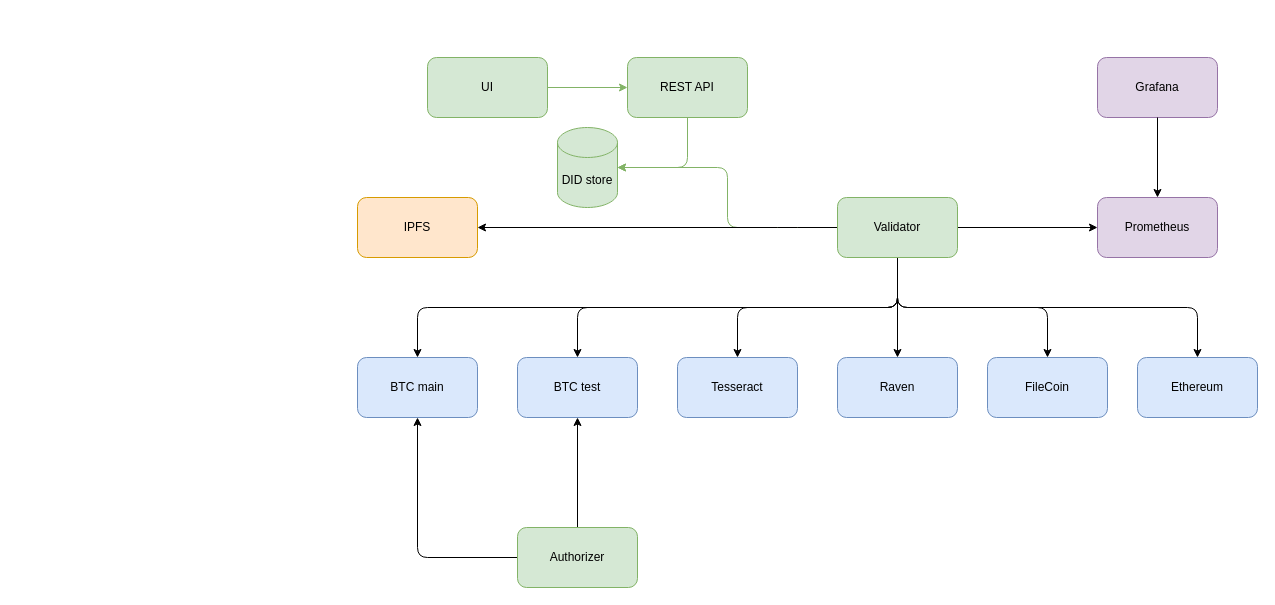
This is docs/diagrams/metatron.drawio from macterra/metatron, a draw.io file, before an edit. Source tidied: cells renumbered, new cells numbered last; positions are measured from the earlier drawing's top-left corner, leaving out a move shared by most shapes. Both pictures are drawn from the tidied source at 100%, with x=0, y=0 at pixel (357, 57).
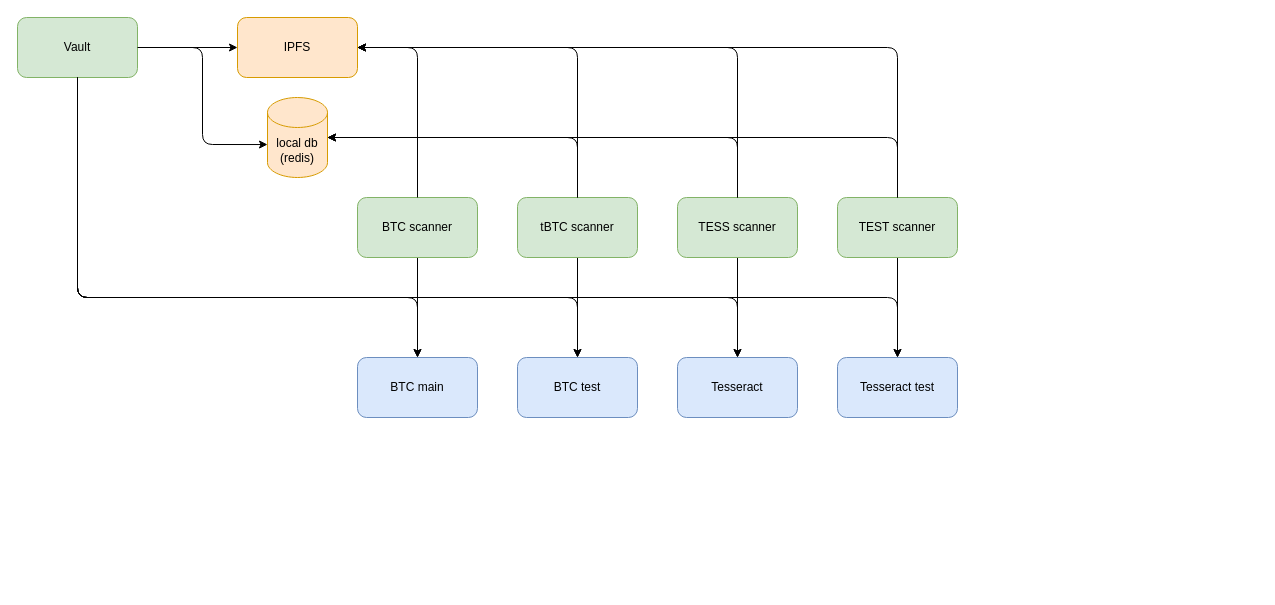
Above is the later version.

The change refers to these unchanged cells:
```xml
<mxCell id="17" value="BTC main" style="rounded=1;whiteSpace=wrap;html=1;fillColor=#dae8fc;strokeColor=#6c8ebf;" parent="1" vertex="1">
  <mxGeometry y="300" width="120" height="60" as="geometry" />
</mxCell>
<mxCell id="18" value="BTC test" style="rounded=1;whiteSpace=wrap;html=1;fillColor=#dae8fc;strokeColor=#6c8ebf;" parent="1" vertex="1">
  <mxGeometry x="160" y="300" width="120" height="60" as="geometry" />
</mxCell>
<mxCell id="19" value="Tesseract" style="rounded=1;whiteSpace=wrap;html=1;fillColor=#dae8fc;strokeColor=#6c8ebf;" parent="1" vertex="1">
  <mxGeometry x="320" y="300" width="120" height="60" as="geometry" />
</mxCell>
```

What changed in the source:
```diff
@@
-    <mxCell id="2" style="edgeStyle=orthogonalEdgeStyle;rounded=0;jettySize=auto;html=1;fillColor=#d5e8d4;strokeColor=#82b366;" parent="1" edge="1" source="3" target="5">
-      <mxGeometry relative="1" as="geometry" />
-    </mxCell>
+    <mxCell id="30" style="edgeStyle=orthogonalEdgeStyle;rounded=0;jettySize=auto;html=1;" parent="1" edge="1" source="3" target="26">
+      <mxGeometry relative="1" as="geometry" />
+    </mxCell>
-    <mxCell id="3" value="UI" style="rounded=1;whiteSpace=wrap;html=1;fillColor=#d5e8d4;strokeColor=#82b366;" parent="1" vertex="1">
-      <mxGeometry x="70" width="120" height="60" as="geometry" />
+    <mxCell id="3" value="Vault" style="rounded=1;whiteSpace=wrap;html=1;fillColor=#d5e8d4;strokeColor=#82b366;" parent="1" vertex="1">
+      <mxGeometry x="-340" y="-40" width="120" height="60" as="geometry" />
     </mxCell>
-    <mxCell id="4" style="edgeStyle=orthogonalEdgeStyle;jettySize=auto;html=1;exitX=0.5;exitY=1;exitDx=0;exitDy=0;entryX=1;entryY=0.5;entryDx=0;entryDy=0;entryPerimeter=0;fillColor=#d5e8d4;strokeColor=#82b366;rounded=1;" parent="1" edge="1" source="5" target="6">
-      <mxGeometry relative="1" as="geometry" />
-    </mxCell>
-    <mxCell id="5" value="REST API" style="rounded=1;whiteSpace=wrap;html=1;fillColor=#d5e8d4;strokeColor=#82b366;" parent="1" vertex="1">
-      <mxGeometry x="270" width="120" height="60" as="geometry" />
-    </mxCell>
-    <mxCell id="6" value="DID store" style="shape=cylinder3;whiteSpace=wrap;html=1;boundedLbl=1;backgroundOutline=1;size=15;fillColor=#d5e8d4;strokeColor=#82b366;" parent="1" vertex="1">
-      <mxGeometry x="200" y="70" width="60" height="80" as="geometry" />
+    <mxCell id="6" value="local db (redis)" style="shape=cylinder3;whiteSpace=wrap;html=1;boundedLbl=1;backgroundOutline=1;size=15;fillColor=#ffe6cc;strokeColor=#d79b00;" parent="1" vertex="1">
+      <mxGeometry x="-90" y="40" width="60" height="80" as="geometry" />
     </mxCell>
-    <mxCell id="7" style="rounded=1;jettySize=auto;html=1;exitX=0.5;exitY=1;exitDx=0;exitDy=0;entryX=0.5;entryY=0;entryDx=0;entryDy=0;edgeStyle=orthogonalEdgeStyle;" parent="1" edge="1" source="16" target="17">
+    <mxCell id="7" style="rounded=1;jettySize=auto;html=1;entryX=0.5;entryY=0;entryDx=0;entryDy=0;edgeStyle=orthogonalEdgeStyle;exitX=0.5;exitY=1;exitDx=0;exitDy=0;" parent="1" edge="1" source="31" target="17">
       <mxGeometry relative="1" as="geometry" />
     </mxCell>
-    <mxCell id="8" style="edgeStyle=orthogonalEdgeStyle;rounded=1;jettySize=auto;html=1;exitX=0.5;exitY=1;exitDx=0;exitDy=0;entryX=0.5;entryY=0;entryDx=0;entryDy=0;" parent="1" edge="1" source="16" target="18">
+    <mxCell id="8" style="edgeStyle=orthogonalEdgeStyle;rounded=1;jettySize=auto;html=1;exitX=0.5;exitY=1;exitDx=0;exitDy=0;entryX=0.5;entryY=0;entryDx=0;entryDy=0;" parent="1" edge="1" source="32" target="18">
       <mxGeometry relative="1" as="geometry" />
     </mxCell>
-    <mxCell id="9" style="edgeStyle=orthogonalEdgeStyle;rounded=1;jettySize=auto;html=1;exitX=0.5;exitY=1;exitDx=0;exitDy=0;entryX=0.5;entryY=0;entryDx=0;entryDy=0;" parent="1" edge="1" source="16" target="19">
+    <mxCell id="9" style="edgeStyle=orthogonalEdgeStyle;rounded=1;jettySize=auto;html=1;exitX=0.5;exitY=1;exitDx=0;exitDy=0;entryX=0.5;entryY=0;entryDx=0;entryDy=0;" parent="1" edge="1" source="33" target="19">
       <mxGeometry relative="1" as="geometry" />
     </mxCell>
-    <mxCell id="10" style="edgeStyle=orthogonalEdgeStyle;rounded=1;jettySize=auto;html=1;exitX=0.5;exitY=1;exitDx=0;exitDy=0;entryX=0.5;entryY=0;entryDx=0;entryDy=0;" parent="1" edge="1" source="16" target="20">
+    <mxCell id="10" style="edgeStyle=orthogonalEdgeStyle;rounded=1;jettySize=auto;html=1;exitX=0.5;exitY=1;exitDx=0;exitDy=0;entryX=0.5;entryY=0;entryDx=0;entryDy=0;" parent="1" edge="1" source="34" target="20">
       <mxGeometry relative="1" as="geometry" />
     </mxCell>
-    <mxCell id="11" style="edgeStyle=orthogonalEdgeStyle;rounded=1;jettySize=auto;html=1;exitX=0.5;exitY=1;exitDx=0;exitDy=0;entryX=0.5;entryY=0;entryDx=0;entryDy=0;" parent="1" edge="1" source="16" target="21">
-      <mxGeometry relative="1" as="geometry" />
-    </mxCell>
-    <mxCell id="12" style="edgeStyle=orthogonalEdgeStyle;rounded=1;jettySize=auto;html=1;exitX=0.5;exitY=1;exitDx=0;exitDy=0;entryX=0.5;entryY=0;entryDx=0;entryDy=0;" parent="1" edge="1" source="16" target="22">
-      <mxGeometry relative="1" as="geometry" />
-    </mxCell>
-    <mxCell id="13" style="edgeStyle=orthogonalEdgeStyle;rounded=1;jettySize=auto;html=1;exitX=0;exitY=0.5;exitDx=0;exitDy=0;entryX=1;entryY=0.5;entryDx=0;entryDy=0;entryPerimeter=0;fillColor=#d5e8d4;strokeColor=#82b366;" parent="1" edge="1" source="16" target="6">
-      <mxGeometry relative="1" as="geometry" />
-    </mxCell>
-    <mxCell id="14" style="edgeStyle=orthogonalEdgeStyle;rounded=0;jettySize=auto;html=1;" parent="1" edge="1" source="16" target="23">
-      <mxGeometry relative="1" as="geometry" />
-    </mxCell>
-    <mxCell id="15" style="edgeStyle=orthogonalEdgeStyle;rounded=1;jettySize=auto;html=1;exitX=0;exitY=0.5;exitDx=0;exitDy=0;entryX=1;entryY=0.5;entryDx=0;entryDy=0;" parent="1" edge="1" source="16" target="26">
-      <mxGeometry relative="1" as="geometry">
-        <Array as="points">
-          <mxPoint x="430" y="170" />
-          <mxPoint x="430" y="170" />
-        </Array>
-      </mxGeometry>
-    </mxCell>
-    <mxCell id="16" value="Validator" style="rounded=1;whiteSpace=wrap;html=1;fillColor=#d5e8d4;strokeColor=#82b366;" parent="1" vertex="1">
-      <mxGeometry x="480" y="140" width="120" height="60" as="geometry" />
-    </mxCell>
@@
-    <mxCell id="20" value="Raven" style="rounded=1;whiteSpace=wrap;html=1;fillColor=#dae8fc;strokeColor=#6c8ebf;" parent="1" vertex="1">
+    <mxCell id="20" value="Tesseract test" style="rounded=1;whiteSpace=wrap;html=1;fillColor=#dae8fc;strokeColor=#6c8ebf;" parent="1" vertex="1">
       <mxGeometry x="480" y="300" width="120" height="60" as="geometry" />
     </mxCell>
-    <mxCell id="21" value="FileCoin" style="rounded=1;whiteSpace=wrap;html=1;fillColor=#dae8fc;strokeColor=#6c8ebf;" parent="1" vertex="1">
-      <mxGeometry x="630" y="300" width="120" height="60" as="geometry" />
-    </mxCell>
-    <mxCell id="22" value="Ethereum" style="rounded=1;whiteSpace=wrap;html=1;fillColor=#dae8fc;strokeColor=#6c8ebf;" parent="1" vertex="1">
-      <mxGeometry x="780" y="300" width="120" height="60" as="geometry" />
-    </mxCell>
-    <mxCell id="23" value="Prometheus" style="whiteSpace=wrap;html=1;rounded=1;strokeColor=#9673a6;fillColor=#e1d5e7;" parent="1" vertex="1">
-      <mxGeometry x="740" y="140" width="120" height="60" as="geometry" />
-    </mxCell>
-    <mxCell id="24" value="Grafana" style="whiteSpace=wrap;html=1;rounded=1;strokeColor=#9673a6;fillColor=#e1d5e7;" parent="1" vertex="1">
-      <mxGeometry x="740" width="120" height="60" as="geometry" />
-    </mxCell>
-    <mxCell id="25" style="endArrow=classic;html=1;exitX=0.5;exitY=1;exitDx=0;exitDy=0;" parent="1" edge="1" source="24" target="23">
-      <mxGeometry relative="1" as="geometry" />
-    </mxCell>
     <mxCell id="26" value="IPFS" style="rounded=1;whiteSpace=wrap;html=1;fillColor=#ffe6cc;strokeColor=#d79b00;" parent="1" vertex="1">
-      <mxGeometry y="140" width="120" height="60" as="geometry" />
+      <mxGeometry x="-120" y="-40" width="120" height="60" as="geometry" />
     </mxCell>
-    <mxCell id="27" style="edgeStyle=orthogonalEdgeStyle;rounded=1;jettySize=auto;html=1;entryX=0.5;entryY=1;entryDx=0;entryDy=0;" parent="1" edge="1" source="29" target="18">
-      <mxGeometry relative="1" as="geometry" />
-    </mxCell>
-    <mxCell id="28" style="edgeStyle=orthogonalEdgeStyle;rounded=1;jettySize=auto;html=1;entryX=0.5;entryY=1;entryDx=0;entryDy=0;" parent="1" edge="1" source="29" target="17">
-      <mxGeometry relative="1" as="geometry" />
-    </mxCell>
-    <mxCell id="29" value="Authorizer" style="rounded=1;whiteSpace=wrap;html=1;fillColor=#d5e8d4;strokeColor=#82b366;" parent="1" vertex="1">
-      <mxGeometry x="160" y="470" width="120" height="60" as="geometry" />
-    </mxCell>
+    <mxCell id="31" value="BTC scanner" style="rounded=1;whiteSpace=wrap;html=1;fillColor=#d5e8d4;strokeColor=#82b366;" parent="1" vertex="1">
+      <mxGeometry y="140" width="120" height="60" as="geometry" />
+    </mxCell>
+    <mxCell id="32" value="tBTC scanner" style="rounded=1;whiteSpace=wrap;html=1;fillColor=#d5e8d4;strokeColor=#82b366;" parent="1" vertex="1">
+      <mxGeometry x="160" y="140" width="120" height="60" as="geometry" />
+    </mxCell>
+    <mxCell id="33" value="TESS scanner" style="rounded=1;whiteSpace=wrap;html=1;fillColor=#d5e8d4;strokeColor=#82b366;" parent="1" vertex="1">
+      <mxGeometry x="320" y="140" width="120" height="60" as="geometry" />
+    </mxCell>
+    <mxCell id="34" value="TEST scanner" style="rounded=1;whiteSpace=wrap;html=1;fillColor=#d5e8d4;strokeColor=#82b366;" parent="1" vertex="1">
+      <mxGeometry x="480" y="140" width="120" height="60" as="geometry" />
+    </mxCell>
+    <mxCell id="35" style="rounded=1;jettySize=auto;html=1;entryX=1;entryY=0.5;entryDx=0;entryDy=0;edgeStyle=orthogonalEdgeStyle;exitX=0.5;exitY=0;exitDx=0;exitDy=0;" parent="1" edge="1" source="31" target="26">
+      <mxGeometry relative="1" as="geometry" />
+    </mxCell>
+    <mxCell id="36" style="rounded=1;jettySize=auto;html=1;entryX=1;entryY=0.5;entryDx=0;entryDy=0;edgeStyle=orthogonalEdgeStyle;exitX=0.5;exitY=0;exitDx=0;exitDy=0;" parent="1" edge="1" source="32" target="26">
+      <mxGeometry relative="1" as="geometry" />
+    </mxCell>
+    <mxCell id="37" style="rounded=1;jettySize=auto;html=1;entryX=1;entryY=0.5;entryDx=0;entryDy=0;edgeStyle=orthogonalEdgeStyle;exitX=0.5;exitY=0;exitDx=0;exitDy=0;entryPerimeter=0;" parent="1" edge="1" source="32" target="6">
+      <mxGeometry relative="1" as="geometry" />
+    </mxCell>
+    <mxCell id="38" style="edgeStyle=orthogonalEdgeStyle;rounded=1;jettySize=auto;html=1;entryX=0;entryY=0.588;entryDx=0;entryDy=0;entryPerimeter=0;exitX=1;exitY=0.5;exitDx=0;exitDy=0;" parent="1" edge="1" source="3" target="6">
+      <mxGeometry relative="1" as="geometry" />
+    </mxCell>
+    <mxCell id="39" style="edgeStyle=orthogonalEdgeStyle;rounded=1;jettySize=auto;html=1;entryX=0.5;entryY=0;entryDx=0;entryDy=0;exitX=0.5;exitY=1;exitDx=0;exitDy=0;" parent="1" edge="1" source="3" target="17">
+      <mxGeometry relative="1" as="geometry">
+        <Array as="points">
+          <mxPoint x="-280" y="240" />
+          <mxPoint x="60" y="240" />
+        </Array>
+      </mxGeometry>
+    </mxCell>
+    <mxCell id="40" style="edgeStyle=orthogonalEdgeStyle;rounded=1;jettySize=auto;html=1;entryX=0.5;entryY=0;entryDx=0;entryDy=0;exitX=0.5;exitY=1;exitDx=0;exitDy=0;" parent="1" edge="1" source="3" target="18">
+      <mxGeometry relative="1" as="geometry">
+        <Array as="points">
+          <mxPoint x="-280" y="240" />
+          <mxPoint x="220" y="240" />
+        </Array>
+      </mxGeometry>
+    </mxCell>
+    <mxCell id="41" style="edgeStyle=orthogonalEdgeStyle;rounded=1;jettySize=auto;html=1;entryX=0.5;entryY=0;entryDx=0;entryDy=0;" parent="1" edge="1" target="19">
+      <mxGeometry relative="1" as="geometry">
+        <mxPoint x="-280" y="20" as="sourcePoint" />
+        <Array as="points">
+          <mxPoint x="-280" y="240" />
+          <mxPoint x="380" y="240" />
+        </Array>
+      </mxGeometry>
+    </mxCell>
+    <mxCell id="42" style="edgeStyle=orthogonalEdgeStyle;rounded=1;jettySize=auto;html=1;exitX=0.5;exitY=1;exitDx=0;exitDy=0;entryX=0.5;entryY=0;entryDx=0;entryDy=0;" parent="1" edge="1" source="3" target="20">
+      <mxGeometry relative="1" as="geometry">
+        <Array as="points">
+          <mxPoint x="-280" y="240" />
+          <mxPoint x="540" y="240" />
+        </Array>
+      </mxGeometry>
+    </mxCell>
+    <mxCell id="43" style="rounded=1;jettySize=auto;html=1;edgeStyle=orthogonalEdgeStyle;exitX=0.5;exitY=0;exitDx=0;exitDy=0;entryX=1;entryY=0.5;entryDx=0;entryDy=0;entryPerimeter=0;" parent="1" edge="1" source="33" target="6">
+      <mxGeometry relative="1" as="geometry" />
+    </mxCell>
+    <mxCell id="44" style="rounded=1;jettySize=auto;html=1;edgeStyle=orthogonalEdgeStyle;exitX=0.5;exitY=0;exitDx=0;exitDy=0;entryX=1;entryY=0.5;entryDx=0;entryDy=0;entryPerimeter=0;" parent="1" edge="1" source="34" target="6">
+      <mxGeometry relative="1" as="geometry" />
+    </mxCell>
+    <mxCell id="45" style="rounded=1;jettySize=auto;html=1;entryX=1;entryY=0.5;entryDx=0;entryDy=0;edgeStyle=orthogonalEdgeStyle;exitX=0.5;exitY=0;exitDx=0;exitDy=0;" parent="1" edge="1" source="33" target="26">
+      <mxGeometry relative="1" as="geometry" />
+    </mxCell>
+    <mxCell id="46" style="rounded=1;jettySize=auto;html=1;entryX=1;entryY=0.5;entryDx=0;entryDy=0;edgeStyle=orthogonalEdgeStyle;exitX=0.5;exitY=0;exitDx=0;exitDy=0;" parent="1" edge="1" source="34" target="26">
+      <mxGeometry relative="1" as="geometry" />
+    </mxCell>
```
